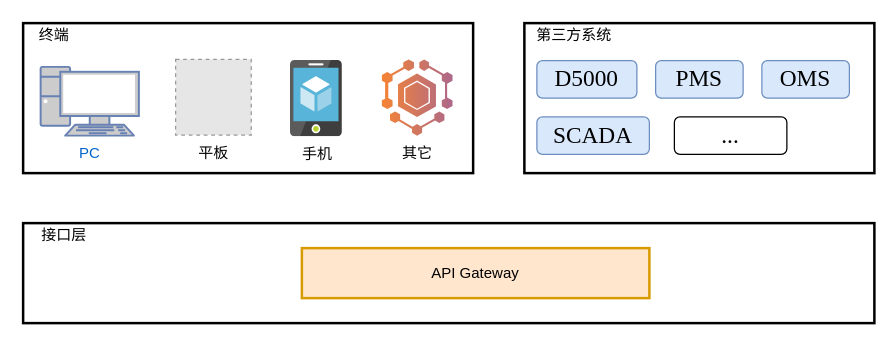
Before: 易达智慧运维监控系统v2.0.drawio in wangyufei0807/draw, a draw.io diagram. Source tidied: cells renumbered, new cells numbered last; positions are measured from the earlier drawing's top-left corner, leaving out a move shared by most shapes. Both pictures are drawn from the tidied source at 125%, with x=0, y=0 at pixel (22, 22). Pictures stored in the file or linked from it are replaced by grey dashed boxes.
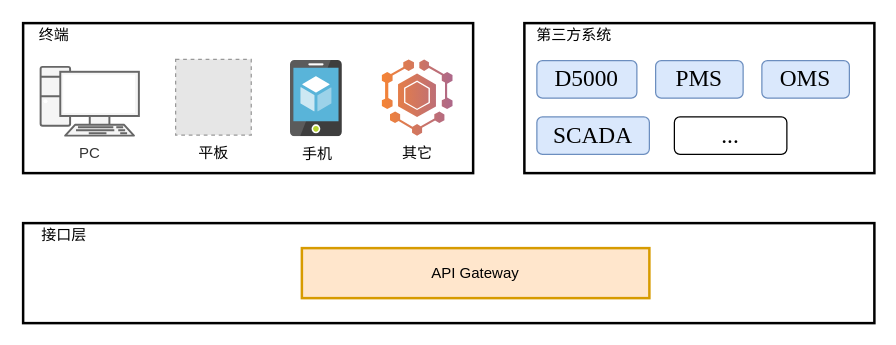
The same page after the edit.

Commit message (it also covers changes not shown here):
更新易达智慧运维监控系统v2.0.drawio

The edit, as a diff of the source:
```diff
@@
 <mxGraphModel>
   <root>
     <mxCell id="0" />
     <mxCell id="1" parent="0" />
     <mxCell id="2" style="rounded=0;whiteSpace=wrap;html=1;strokeWidth=2;" parent="1" vertex="1">
       <mxGeometry width="360" height="120" as="geometry" />
     </mxCell>
     <mxCell id="3" style="rounded=0;whiteSpace=wrap;html=1;strokeWidth=2;" parent="1" vertex="1">
       <mxGeometry x="401" width="280" height="120" as="geometry" />
     </mxCell>
     <mxCell id="4" value="终端" style="text;html=1;strokeColor=none;fillColor=none;align=center;verticalAlign=middle;whiteSpace=wrap;rounded=0;" parent="1" vertex="1">
       <mxGeometry width="50" height="20" as="geometry" />
     </mxCell>
     <mxCell id="5" value="第三方系统" style="text;html=1;strokeColor=none;fillColor=none;align=center;verticalAlign=middle;whiteSpace=wrap;rounded=0;" parent="1" vertex="1">
       <mxGeometry x="401" width="80" height="20" as="geometry" />
     </mxCell>
     <mxCell id="6" value="&lt;span lang=&quot;EN-US&quot; style=&quot;white-space: normal ; font-size: 14pt ; font-family: &amp;#34;tim&amp;#34; , serif&quot;&gt;D5000&lt;/span&gt;&lt;span style=&quot;font-size: medium ; white-space: normal&quot;&gt;&lt;/span&gt;" style="rounded=1;whiteSpace=wrap;html=1;fillColor=#dae8fc;strokeColor=#6c8ebf;" parent="1" vertex="1">
       <mxGeometry x="411" y="30" width="80" height="30" as="geometry" />
     </mxCell>
     <mxCell id="7" value="&lt;span lang=&quot;EN-US&quot; style=&quot;white-space: normal ; font-size: 14pt ; font-family: &amp;#34;tim&amp;#34; , serif&quot;&gt;PMS&lt;/span&gt;&lt;span style=&quot;font-size: medium ; white-space: normal&quot;&gt;&lt;/span&gt;" style="rounded=1;whiteSpace=wrap;html=1;fillColor=#dae8fc;strokeColor=#6c8ebf;" parent="1" vertex="1">
       <mxGeometry x="506" y="30" width="70" height="30" as="geometry" />
     </mxCell>
     <mxCell id="8" value="&lt;span lang=&quot;EN-US&quot; style=&quot;font-size: 14pt ; font-family: &amp;#34;tim&amp;#34; , serif&quot;&gt;OMS&lt;/span&gt;&lt;span style=&quot;font-size: medium&quot;&gt;&lt;/span&gt;" style="rounded=1;whiteSpace=wrap;html=1;fillColor=#dae8fc;strokeColor=#6c8ebf;" parent="1" vertex="1">
       <mxGeometry x="591" y="30" width="70" height="30" as="geometry" />
     </mxCell>
     <mxCell id="9" value="&lt;span lang=&quot;EN-US&quot; style=&quot;font-size: 14pt ; font-family: &amp;#34;tim&amp;#34; , serif&quot;&gt;SCADA&lt;/span&gt;&lt;span style=&quot;font-size: medium&quot;&gt;&lt;/span&gt;" style="rounded=1;whiteSpace=wrap;html=1;fillColor=#dae8fc;strokeColor=#6c8ebf;" parent="1" vertex="1">
       <mxGeometry x="411" y="75" width="90" height="30" as="geometry" />
     </mxCell>
     <mxCell id="10" value="&lt;span lang=&quot;EN-US&quot; style=&quot;font-size: 14pt ; font-family: &amp;#34;tim&amp;#34; , serif&quot;&gt;...&lt;/span&gt;&lt;span style=&quot;font-size: medium&quot;&gt;&lt;/span&gt;" style="rounded=1;whiteSpace=wrap;html=1;" parent="1" vertex="1">
       <mxGeometry x="521" y="75" width="90" height="30" as="geometry" />
     </mxCell>
-    <mxCell id="11" value="PC" style="fontColor=#0066CC;verticalAlign=top;verticalLabelPosition=bottom;labelPosition=center;align=center;html=1;fillColor=#CCCCCC;strokeColor=#6881B3;gradientColor=none;gradientDirection=north;strokeWidth=2;shape=mxgraph.networks.pc;" parent="1" vertex="1">
+    <mxCell id="11" value="PC" style="verticalAlign=top;verticalLabelPosition=bottom;labelPosition=center;align=center;html=1;fillColor=#f5f5f5;strokeColor=#666666;gradientDirection=north;strokeWidth=2;shape=mxgraph.networks.pc;fontColor=#333333;" parent="1" vertex="1">
       <mxGeometry x="14" y="35" width="78.6" height="55" as="geometry" />
     </mxCell>
     <mxCell id="12" value="平板" style="fillColor=#E6E6E6;strokeColor=#999999;dashed=1;html=1;verticalAlign=top;verticalLabelPosition=bottom;labelBackgroundColor=#ffffff;" parent="1" vertex="1">
       <mxGeometry x="122" y="29" width="60.5" height="60.5" as="geometry" />
     </mxCell>
     <mxCell id="13" value="手机" style="html=1;align=center;image;fontSize=12;image=img/lib/mscae/App_Service_Mobile_App.svg;" parent="1" vertex="1">
       <mxGeometry x="214" y="30" width="41.5" height="61" as="geometry" />
     </mxCell>
     <mxCell id="14" value="其它" style="dashed=0;verticalLabelPosition=bottom;verticalAlign=top;align=center;html=1;shape=mxgraph.aws3.mobile_hub;fillColor=#AD688A;gradientColor=#F58435;gradientDirection=west;" parent="1" vertex="1">
       <mxGeometry x="287" y="29" width="56.5" height="61" as="geometry" />
     </mxCell>
     <mxCell id="15" style="rounded=0;whiteSpace=wrap;html=1;strokeWidth=2;" parent="1" vertex="1">
       <mxGeometry y="160" width="681" height="80" as="geometry" />
     </mxCell>
     <mxCell id="16" value="API Gateway" style="rounded=0;whiteSpace=wrap;html=1;strokeWidth=2;fillColor=#ffe6cc;strokeColor=#d79b00;" parent="1" vertex="1">
       <mxGeometry x="223" y="180" width="278" height="40" as="geometry" />
     </mxCell>
     <mxCell id="17" value="接口层" style="text;html=1;strokeColor=none;fillColor=none;align=center;verticalAlign=middle;whiteSpace=wrap;rounded=0;" parent="1" vertex="1">
       <mxGeometry x="5" y="160" width="56" height="20" as="geometry" />
     </mxCell>
   </root>
 </mxGraphModel>
```
